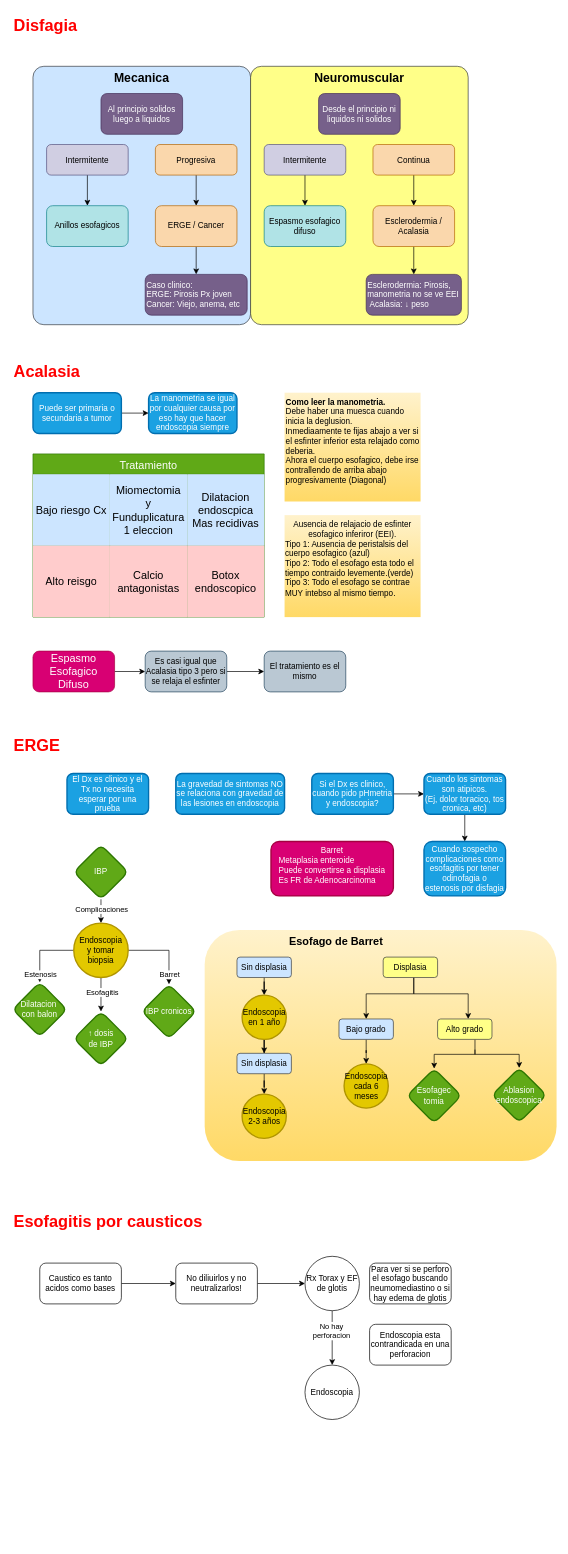
Before: Gastro.drawio in Santicabal/Apuntes, a draw.io diagram. Source tidied: cells renumbered, new cells numbered last; positions are measured from the earlier drawing's top-left corner, leaving out a move shared by most shapes. Both pictures are drawn from the tidied source at 68%, with x=0, y=0 at pixel (12, 12).
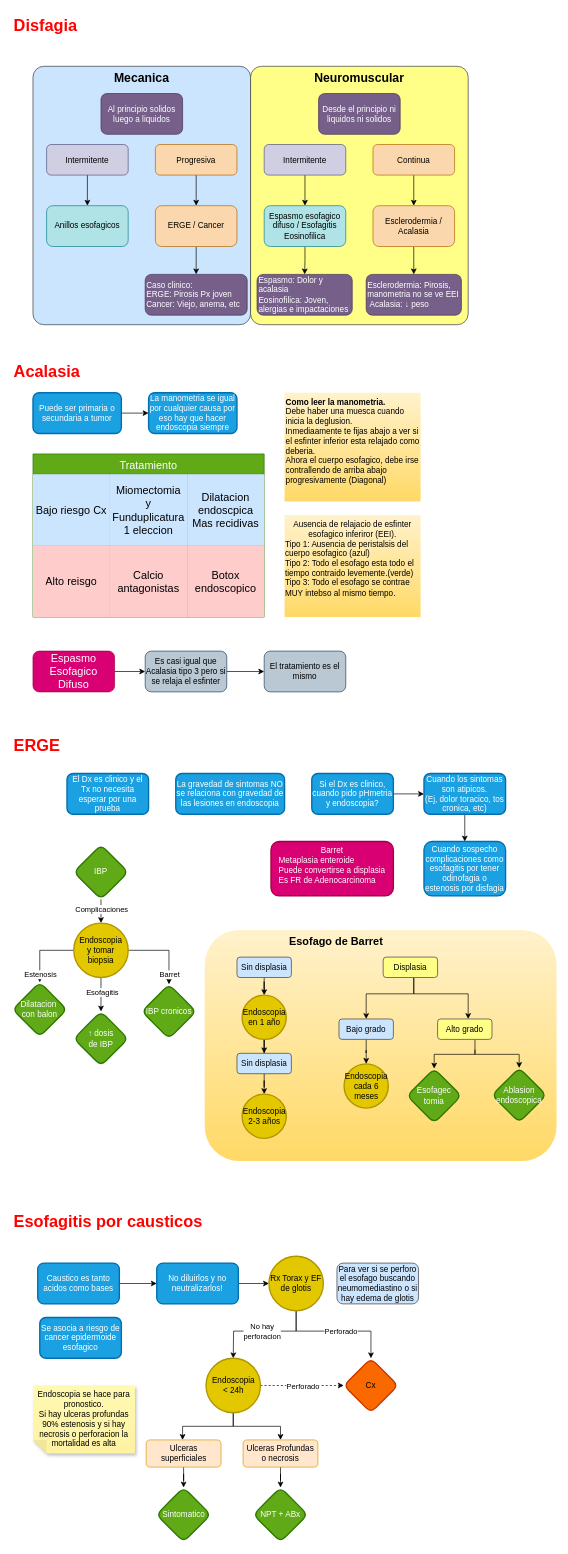
The same diagram, later.

What changed in the source:
```diff
@@
+    <mxCell id="95" style="edgeStyle=orthogonalEdgeStyle;rounded=0;jettySize=auto;html=1;" parent="1" edge="1" source="18" target="111">
+      <mxGeometry relative="1" as="geometry" />
+    </mxCell>
-    <mxCell id="18" value="Espasmo esofagico difuso" style="rounded=1;whiteSpace=wrap;html=1;fillColor=#b0e3e6;strokeColor=#0e8088;" parent="1" vertex="1">
+    <mxCell id="18" value="Espasmo esofagico difuso / Esofagitis Eosinofilica" style="rounded=1;whiteSpace=wrap;html=1;fillColor=#b0e3e6;strokeColor=#0e8088;" parent="1" vertex="1">
       <mxGeometry x="370" y="285" width="120" height="60" as="geometry" />
     </mxCell>
@@
-    <mxCell id="86" value="Caustico es tanto acidos como bases" style="rounded=1;whiteSpace=wrap;html=1;" parent="1" vertex="1">
-      <mxGeometry x="40" y="1840" width="120" height="60" as="geometry" />
+    <mxCell id="86" value="Caustico es tanto acidos como bases" style="rounded=1;whiteSpace=wrap;html=1;fillColor=#1ba1e2;fontColor=#ffffff;strokeColor=#006EAF;strokeWidth=2;" parent="1" vertex="1">
+      <mxGeometry x="37" y="1840" width="120" height="60" as="geometry" />
     </mxCell>
@@
-    <mxCell id="88" value="No diliuirlos y no neutralizarlos!" style="rounded=1;whiteSpace=wrap;html=1;" parent="1" vertex="1">
-      <mxGeometry x="240" y="1840" width="120" height="60" as="geometry" />
+    <mxCell id="88" value="No diluirlos y no neutralizarlos!" style="rounded=1;whiteSpace=wrap;html=1;fillColor=#1ba1e2;fontColor=#ffffff;strokeColor=#006EAF;strokeWidth=2;" parent="1" vertex="1">
+      <mxGeometry x="212" y="1840" width="120" height="60" as="geometry" />
     </mxCell>
     <mxCell id="89" style="edgeStyle=orthogonalEdgeStyle;rounded=0;jettySize=auto;html=1;" parent="1" edge="1" source="91" target="93">
-      <mxGeometry relative="1" as="geometry" />
+      <mxGeometry relative="1" as="geometry">
+        <Array as="points">
+          <mxPoint x="417" y="1940" />
+          <mxPoint x="325" y="1940" />
+        </Array>
+      </mxGeometry>
     </mxCell>
-    <mxCell id="90" value="No hay&lt;br&gt;perforacion" style="edgeLabel;html=1;align=center;verticalAlign=middle;" parent="89" vertex="1">
-      <mxGeometry x="-0.28" y="-2" relative="1" as="geometry" />
+    <mxCell id="90" value="No hay&lt;br&gt;perforacion" style="edgeLabel;html=1;align=center;verticalAlign=middle;spacing=-2;" parent="89" vertex="1">
+      <mxGeometry x="-0.28" y="-2" relative="1" as="geometry">
+        <mxPoint x="-23" y="2" as="offset" />
+      </mxGeometry>
     </mxCell>
+    <mxCell id="96" style="edgeStyle=orthogonalEdgeStyle;rounded=0;jettySize=auto;html=1;" parent="1" edge="1" source="91" target="103">
+      <mxGeometry relative="1" as="geometry">
+        <Array as="points">
+          <mxPoint x="417" y="1940" />
+          <mxPoint x="527" y="1940" />
+        </Array>
+      </mxGeometry>
+    </mxCell>
+    <mxCell id="97" value="Perforado" style="edgeLabel;html=1;align=center;verticalAlign=middle;" parent="96" vertex="1">
+      <mxGeometry x="-0.3" y="1" relative="1" as="geometry">
+        <mxPoint x="32" y="1" as="offset" />
+      </mxGeometry>
+    </mxCell>
-    <mxCell id="91" value="Rx Torax y EF de glotis" style="ellipse;whiteSpace=wrap;html=1;rounded=1;" parent="1" vertex="1">
-      <mxGeometry x="430" y="1830" width="80" height="80" as="geometry" />
+    <mxCell id="91" value="Rx Torax y EF de glotis" style="ellipse;whiteSpace=wrap;html=1;rounded=1;fillColor=#e3c800;fontColor=#000000;strokeColor=#B09500;strokeWidth=2;" parent="1" vertex="1">
+      <mxGeometry x="377" y="1830" width="80" height="80" as="geometry" />
     </mxCell>
-    <mxCell id="92" value="Para ver si se perforo el esofago buscando neumomediastino o si hay edema de glotis" style="rounded=1;whiteSpace=wrap;html=1;" parent="1" vertex="1">
-      <mxGeometry x="525" y="1840" width="120" height="60" as="geometry" />
+    <mxCell id="92" value="Para ver si se perforo el esofago buscando neumomediastino o si hay edema de glotis" style="rounded=1;whiteSpace=wrap;html=1;fillColor=#cce5ff;strokeColor=#36393d;" parent="1" vertex="1">
+      <mxGeometry x="477" y="1840" width="120" height="60" as="geometry" />
     </mxCell>
+    <mxCell id="98" style="edgeStyle=orthogonalEdgeStyle;rounded=0;jettySize=auto;html=1;" parent="1" edge="1" source="93" target="105">
+      <mxGeometry relative="1" as="geometry">
+        <Array as="points">
+          <mxPoint x="325" y="2080" />
+          <mxPoint x="250" y="2080" />
+        </Array>
+      </mxGeometry>
+    </mxCell>
+    <mxCell id="99" style="edgeStyle=orthogonalEdgeStyle;rounded=0;jettySize=auto;html=1;entryX=0;entryY=0.5;entryDx=0;entryDy=0;dashed=1;" parent="1" edge="1" source="93" target="103">
+      <mxGeometry relative="1" as="geometry" />
+    </mxCell>
+    <mxCell id="100" value="Perforado" style="edgeLabel;html=1;align=center;verticalAlign=middle;" parent="99" vertex="1">
+      <mxGeometry x="-0.31" relative="1" as="geometry">
+        <mxPoint x="20" as="offset" />
+      </mxGeometry>
+    </mxCell>
+    <mxCell id="101" style="edgeStyle=orthogonalEdgeStyle;rounded=0;jettySize=auto;html=1;entryX=0.5;entryY=0;entryDx=0;entryDy=0;" parent="1" edge="1" source="93" target="107">
+      <mxGeometry relative="1" as="geometry" />
+    </mxCell>
-    <mxCell id="93" value="Endoscopia" style="ellipse;whiteSpace=wrap;html=1;rounded=1;" parent="1" vertex="1">
-      <mxGeometry x="430" y="1990" width="80" height="80" as="geometry" />
+    <mxCell id="93" value="Endoscopia &lt;br&gt;&amp;lt; 24h" style="ellipse;whiteSpace=wrap;html=1;rounded=1;fillColor=#e3c800;fontColor=#000000;strokeColor=#B09500;strokeWidth=2;" parent="1" vertex="1">
+      <mxGeometry x="284.5" y="1980" width="80" height="80" as="geometry" />
     </mxCell>
-    <mxCell id="94" value="Endoscopia esta contrandicada en una perforacion" style="rounded=1;whiteSpace=wrap;html=1;" parent="1" vertex="1">
-      <mxGeometry x="525" y="1930" width="120" height="60" as="geometry" />
-    </mxCell>
+    <mxCell id="102" value="Se asocia a riesgo de cancer epidermoide esofagico" style="rounded=1;whiteSpace=wrap;html=1;fillColor=#1ba1e2;fontColor=#ffffff;strokeColor=#006EAF;strokeWidth=2;" parent="1" vertex="1">
+      <mxGeometry x="40" y="1920" width="120" height="60" as="geometry" />
+    </mxCell>
+    <mxCell id="103" value="Cx" style="rhombus;whiteSpace=wrap;html=1;rounded=1;fillColor=#fa6800;fontColor=#000000;strokeColor=#C73500;strokeWidth=2;" parent="1" vertex="1">
+      <mxGeometry x="487" y="1980" width="80" height="80" as="geometry" />
+    </mxCell>
+    <mxCell id="104" style="edgeStyle=orthogonalEdgeStyle;rounded=0;jettySize=auto;html=1;" parent="1" edge="1" source="105" target="109">
+      <mxGeometry relative="1" as="geometry" />
+    </mxCell>
+    <mxCell id="105" value="Ulceras superficiales" style="whiteSpace=wrap;html=1;rounded=1;fillColor=#ffe6cc;strokeColor=#d79b00;" parent="1" vertex="1">
+      <mxGeometry x="196.5" y="2100" width="110" height="40" as="geometry" />
+    </mxCell>
+    <mxCell id="106" style="edgeStyle=orthogonalEdgeStyle;rounded=0;jettySize=auto;html=1;" parent="1" edge="1" source="107" target="108">
+      <mxGeometry relative="1" as="geometry" />
+    </mxCell>
+    <mxCell id="107" value="Ulceras Profundas o necrosis" style="whiteSpace=wrap;html=1;rounded=1;fillColor=#ffe6cc;strokeColor=#d79b00;" parent="1" vertex="1">
+      <mxGeometry x="339" y="2100" width="110" height="40" as="geometry" />
+    </mxCell>
+    <mxCell id="108" value="NPT + ABx" style="rhombus;whiteSpace=wrap;html=1;rounded=1;fillColor=#60a917;fontColor=#ffffff;strokeColor=#2D7600;strokeWidth=2;" parent="1" vertex="1">
+      <mxGeometry x="354" y="2170" width="80" height="80" as="geometry" />
+    </mxCell>
+    <mxCell id="109" value="Sintomatico" style="rhombus;whiteSpace=wrap;html=1;rounded=1;fillColor=#60a917;fontColor=#ffffff;strokeColor=#2D7600;strokeWidth=2;" parent="1" vertex="1">
+      <mxGeometry x="211.5" y="2170" width="80" height="80" as="geometry" />
+    </mxCell>
+    <mxCell id="110" value="Endoscopia se hace para pronostico.&lt;br style=&quot;border-color: var(--border-color);&quot;&gt;Si hay ulceras profundas 90% estenosis y si hay necrosis o perforacion la mortalidad es alta" style="shape=note;whiteSpace=wrap;html=1;backgroundOutline=1;fontColor=#000000;darkOpacity=0.05;fillColor=#FFF9B2;strokeColor=none;fillStyle=solid;direction=west;gradientDirection=north;gradientColor=#FFF2A1;shadow=1;size=20;verticalAlign=top;align=center;" parent="1" vertex="1">
+      <mxGeometry x="30" y="2020" width="150" height="100" as="geometry" />
+    </mxCell>
+    <mxCell id="111" value="Espasmo: Dolor y acalasia&lt;br&gt;Eosinofilica: Joven, alergias e impactaciones" style="rounded=1;whiteSpace=wrap;html=1;align=left;fillColor=#76608a;fontColor=#ffffff;strokeColor=#432D57;" parent="1" vertex="1">
+      <mxGeometry x="359.5" y="386" width="140" height="60" as="geometry" />
+    </mxCell>
```
